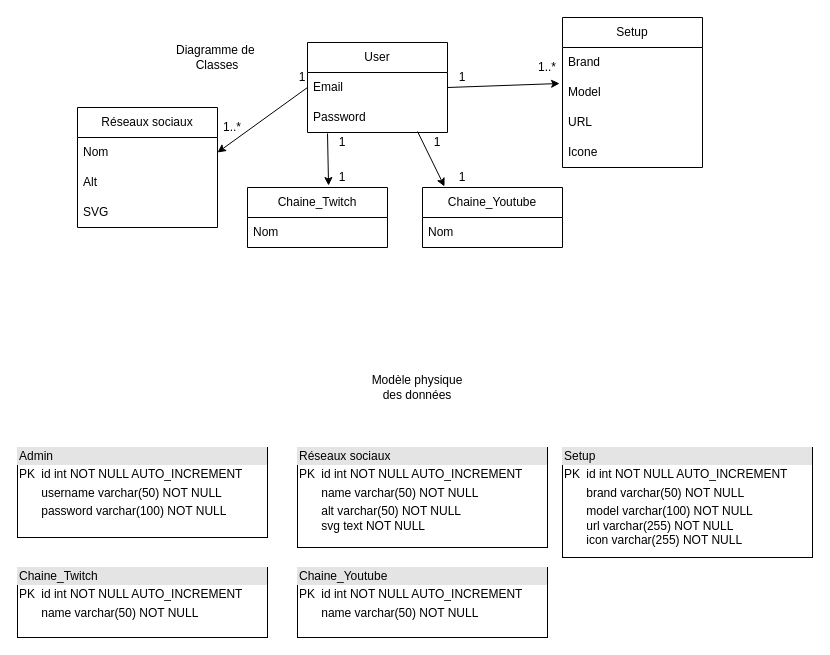
Earlier version of the draw.io diagram _Projet/Diagramme_classe_Papywilly.drawio (Akirakaz/PapyWilly). Source tidied: cells renumbered, new cells numbered last; positions are measured from the earlier drawing's top-left corner, leaving out a move shared by most shapes. Both pictures are drawn from the tidied source at 100%, with x=0, y=0 at pixel (17, 17).
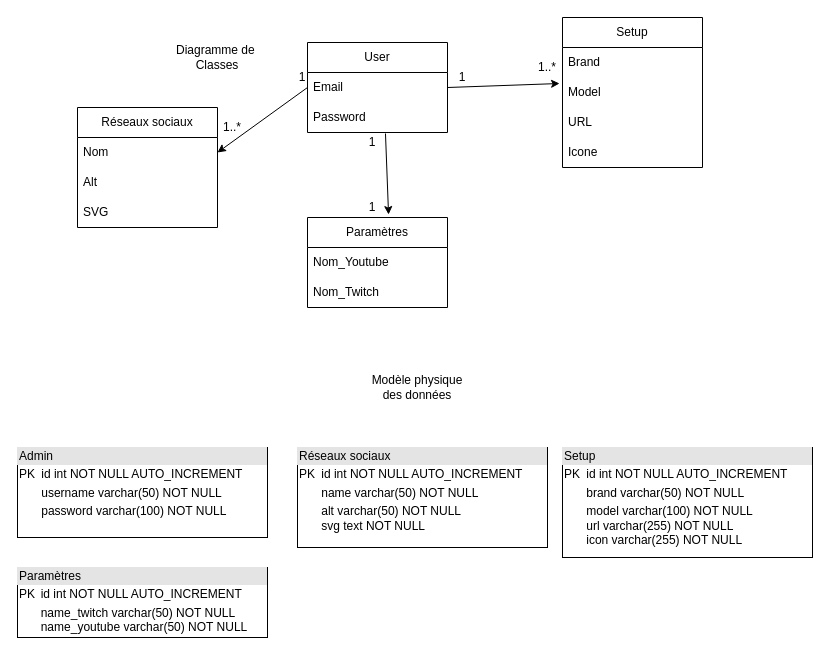
After the change.

Unchanged cells that the change refers to:
```xml
<mxCell id="4" value="Password" style="text;strokeColor=none;fillColor=none;align=left;verticalAlign=middle;spacingLeft=4;spacingRight=4;overflow=hidden;points=[[0,0.5],[1,0.5]];portConstraint=eastwest;whiteSpace=wrap;html=1;" parent="2" vertex="1">
  <mxGeometry y="60" width="140" height="30" as="geometry" />
</mxCell>
```

The edit, as a diff of the source:
```diff
@@
-    <mxCell id="25" value="Chaine_Twitch" style="swimlane;fontStyle=0;horizontal=1;startSize=30;whiteSpace=wrap;html=1;" parent="1" vertex="1">
-      <mxGeometry x="230" y="170" width="140" height="60" as="geometry" />
+    <mxCell id="25" value="Paramètres" style="swimlane;fontStyle=0;horizontal=1;startSize=30;whiteSpace=wrap;html=1;" parent="1" vertex="1">
+      <mxGeometry x="290" y="200" width="140" height="90" as="geometry" />
     </mxCell>
+    <mxCell id="37" value="Nom_Youtube" style="text;strokeColor=none;fillColor=none;align=left;verticalAlign=middle;spacingLeft=4;spacingRight=4;overflow=hidden;whiteSpace=wrap;html=1;" parent="25" vertex="1">
+      <mxGeometry y="30" width="140" height="30" as="geometry" />
+    </mxCell>
-    <mxCell id="26" value="Nom" style="text;strokeColor=none;fillColor=none;align=left;verticalAlign=middle;spacingLeft=4;spacingRight=4;overflow=hidden;whiteSpace=wrap;html=1;" parent="25" vertex="1">
-      <mxGeometry y="30" width="140" height="30" as="geometry" />
+    <mxCell id="26" value="Nom_Twitch" style="text;strokeColor=none;fillColor=none;align=left;verticalAlign=middle;spacingLeft=4;spacingRight=4;overflow=hidden;whiteSpace=wrap;html=1;" parent="25" vertex="1">
+      <mxGeometry y="60" width="140" height="30" as="geometry" />
     </mxCell>
-    <mxCell id="27" value="Chaine_Youtube" style="swimlane;fontStyle=0;horizontal=1;startSize=30;whiteSpace=wrap;html=1;" parent="1" vertex="1">
-      <mxGeometry x="405" y="170" width="140" height="60" as="geometry" />
-    </mxCell>
-    <mxCell id="28" value="Nom" style="text;strokeColor=none;fillColor=none;align=left;verticalAlign=middle;spacingLeft=4;spacingRight=4;overflow=hidden;whiteSpace=wrap;html=1;" parent="27" vertex="1">
-      <mxGeometry y="30" width="140" height="30" as="geometry" />
-    </mxCell>
-    <mxCell id="29" style="endArrow=classic;html=1;rounded=0;exitX=0.786;exitY=0.967;exitDx=0;exitDy=0;exitPerimeter=0;entryX=0.157;entryY=-0.017;entryDx=0;entryDy=0;entryPerimeter=0;" parent="1" edge="1" source="4" target="27">
-      <mxGeometry relative="1" as="geometry" />
-    </mxCell>
-    <mxCell id="30" value="1" style="text;html=1;strokeColor=none;fillColor=none;align=center;verticalAlign=middle;whiteSpace=wrap;rounded=0;" parent="1" vertex="1">
-      <mxGeometry x="405" y="115" width="30" height="20" as="geometry" />
-    </mxCell>
-    <mxCell id="31" style="endArrow=classic;html=1;rounded=0;entryX=0.579;entryY=-0.033;entryDx=0;entryDy=0;entryPerimeter=0;" parent="1" edge="1" target="25">
-      <mxGeometry relative="1" as="geometry">
-        <mxPoint x="310" y="116" as="sourcePoint" />
-      </mxGeometry>
+    <mxCell id="31" style="endArrow=classic;html=1;rounded=0;entryX=0.579;entryY=-0.033;entryDx=0;entryDy=0;entryPerimeter=0;exitX=0.557;exitY=1.033;exitDx=0;exitDy=0;exitPerimeter=0;" parent="1" edge="1" source="4" target="25">
+      <mxGeometry relative="1" as="geometry" />
     </mxCell>
     <mxCell id="32" value="1" style="text;html=1;strokeColor=none;fillColor=none;align=center;verticalAlign=middle;whiteSpace=wrap;rounded=0;" parent="1" vertex="1">
-      <mxGeometry x="310" y="150" width="30" height="20" as="geometry" />
+      <mxGeometry x="340" y="180" width="30" height="20" as="geometry" />
     </mxCell>
     <mxCell id="33" value="1" style="text;html=1;strokeColor=none;fillColor=none;align=center;verticalAlign=middle;whiteSpace=wrap;rounded=0;" parent="1" vertex="1">
-      <mxGeometry x="310" y="115" width="30" height="20" as="geometry" />
+      <mxGeometry x="340" y="115" width="30" height="20" as="geometry" />
     </mxCell>
-    <mxCell id="34" value="1" style="text;html=1;strokeColor=none;fillColor=none;align=center;verticalAlign=middle;whiteSpace=wrap;rounded=0;" parent="1" vertex="1">
-      <mxGeometry x="430" y="150" width="30" height="20" as="geometry" />
-    </mxCell>
-    <mxCell id="35" value="&lt;div style=&quot;box-sizing:border-box;width:100%;background:#e4e4e4;padding:2px;&quot;&gt;Chaine_Twitch&lt;/div&gt;&lt;table style=&quot;width:100%;font-size:1em;&quot; cellpadding=&quot;2&quot; cellspacing=&quot;0&quot;&gt;&lt;tbody&gt;&lt;tr&gt;&lt;td&gt;PK&lt;/td&gt;&lt;td&gt;id int NOT NULL AUTO_INCREMENT&lt;/td&gt;&lt;/tr&gt;&lt;tr&gt;&lt;td&gt;&lt;br&gt;&lt;/td&gt;&lt;td&gt;name varchar(50) NOT NULL&lt;/td&gt;&lt;/tr&gt;&lt;tr&gt;&lt;td&gt;&lt;/td&gt;&lt;td&gt;&lt;br&gt;&lt;/td&gt;&lt;/tr&gt;&lt;/tbody&gt;&lt;/table&gt;" style="verticalAlign=top;align=left;overflow=fill;html=1;whiteSpace=wrap;" parent="1" vertex="1">
+    <mxCell id="35" value="&lt;div style=&quot;box-sizing:border-box;width:100%;background:#e4e4e4;padding:2px;&quot;&gt;Paramètres&lt;/div&gt;&lt;table style=&quot;width:100%;font-size:1em;&quot; cellpadding=&quot;2&quot; cellspacing=&quot;0&quot;&gt;&lt;tbody&gt;&lt;tr&gt;&lt;td&gt;PK&lt;/td&gt;&lt;td&gt;id int NOT NULL AUTO_INCREMENT&lt;/td&gt;&lt;/tr&gt;&lt;tr&gt;&lt;td&gt;&lt;br&gt;&lt;/td&gt;&lt;td&gt;name_twitch varchar(50) NOT NULL&lt;br&gt;name_youtube varchar(50) NOT NULL&lt;br&gt;&lt;/td&gt;&lt;/tr&gt;&lt;tr&gt;&lt;td&gt;&lt;/td&gt;&lt;td&gt;&lt;br&gt;&lt;/td&gt;&lt;/tr&gt;&lt;/tbody&gt;&lt;/table&gt;" style="verticalAlign=top;align=left;overflow=fill;html=1;whiteSpace=wrap;" parent="1" vertex="1">
       <mxGeometry y="550" width="250" height="70" as="geometry" />
     </mxCell>
-    <mxCell id="36" value="&lt;div style=&quot;box-sizing:border-box;width:100%;background:#e4e4e4;padding:2px;&quot;&gt;Chaine_Youtube&lt;/div&gt;&lt;table style=&quot;width:100%;font-size:1em;&quot; cellpadding=&quot;2&quot; cellspacing=&quot;0&quot;&gt;&lt;tbody&gt;&lt;tr&gt;&lt;td&gt;PK&lt;/td&gt;&lt;td&gt;id int NOT NULL AUTO_INCREMENT&lt;/td&gt;&lt;/tr&gt;&lt;tr&gt;&lt;td&gt;&lt;br&gt;&lt;/td&gt;&lt;td&gt;name varchar(50) NOT NULL&lt;/td&gt;&lt;/tr&gt;&lt;tr&gt;&lt;td&gt;&lt;/td&gt;&lt;td&gt;&lt;br&gt;&lt;/td&gt;&lt;/tr&gt;&lt;/tbody&gt;&lt;/table&gt;" style="verticalAlign=top;align=left;overflow=fill;html=1;whiteSpace=wrap;" parent="1" vertex="1">
-      <mxGeometry x="280" y="550" width="250" height="70" as="geometry" />
-    </mxCell>
```
